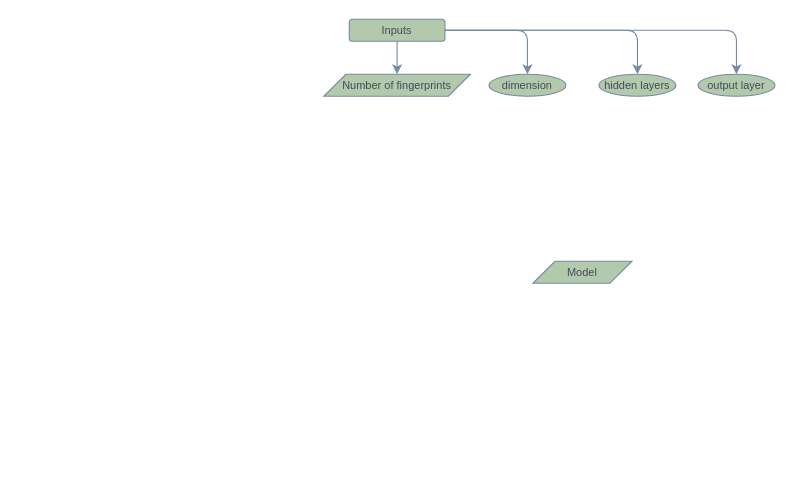
The draw.io diagram page "Molecular GNN" (2 of 2) of Preprocessing.drawio in olivierdeen/molecularGNN_smiles, before the edit. Source tidied: cells renumbered, new cells numbered last; positions are measured from the earlier drawing's top-left corner, leaving out a move shared by most shapes. Both pictures are drawn from the tidied source at 110%, with x=0, y=0 at pixel (323, 19).
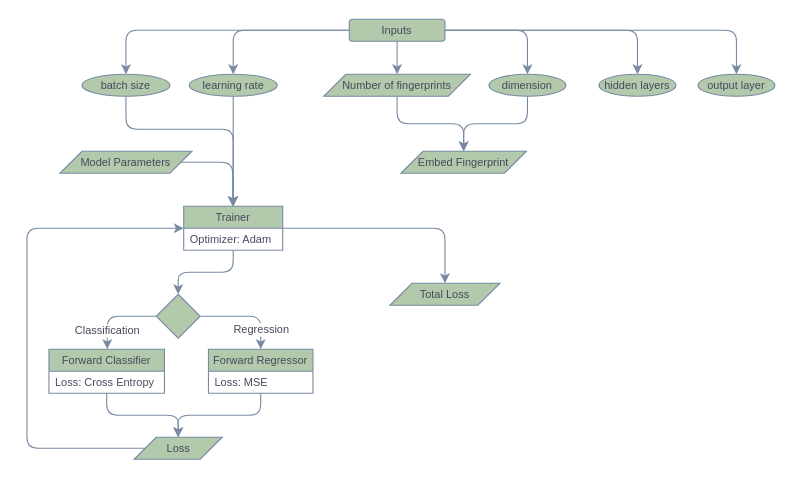
After the change.

The change refers to these unchanged cells:
```xml
<mxCell id="6" value="Inputs" style="rounded=1;whiteSpace=wrap;html=1;sketch=0;fontColor=#46495D;strokeColor=#788AA3;fillColor=#B2C9AB;fontSize=10;" parent="1" vertex="1">
  <mxGeometry x="23" width="87" height="20" as="geometry" />
</mxCell>
<mxCell id="8" value="Number of fingerprints" style="shape=parallelogram;perimeter=parallelogramPerimeter;whiteSpace=wrap;html=1;fixedSize=1;rounded=0;sketch=0;fontSize=10;fontColor=#46495D;strokeColor=#788AA3;fillColor=#B2C9AB;" parent="1" vertex="1">
  <mxGeometry x="-0.1" y="50" width="133.2" height="20" as="geometry" />
</mxCell>
<mxCell id="9" value="dimension" style="ellipse;whiteSpace=wrap;html=1;rounded=1;fontSize=10;fontColor=#46495D;strokeColor=#788AA3;fillColor=#B2C9AB;sketch=0;" parent="1" vertex="1">
  <mxGeometry x="150" y="50" width="70" height="20" as="geometry" />
</mxCell>
```

What changed in the source:
```diff
@@
+    <mxCell id="12" style="edgeStyle=orthogonalEdgeStyle;curved=0;rounded=1;sketch=0;jettySize=auto;html=1;fontSize=10;fontColor=#46495D;strokeColor=#788AA3;fillColor=#B2C9AB;" parent="1" edge="1" source="6" target="31">
+      <mxGeometry relative="1" as="geometry" />
+    </mxCell>
+    <mxCell id="13" style="edgeStyle=orthogonalEdgeStyle;curved=0;rounded=1;sketch=0;jettySize=auto;html=1;entryX=0.5;entryY=0;entryDx=0;entryDy=0;fontSize=10;fontColor=#46495D;strokeColor=#788AA3;fillColor=#B2C9AB;" parent="1" edge="1" source="6" target="37">
+      <mxGeometry relative="1" as="geometry" />
+    </mxCell>
@@
-    <mxCell id="7" value="Model" style="shape=parallelogram;perimeter=parallelogramPerimeter;whiteSpace=wrap;html=1;fixedSize=1;rounded=0;sketch=0;fontSize=10;fontColor=#46495D;strokeColor=#788AA3;fillColor=#B2C9AB;" parent="1" vertex="1">
-      <mxGeometry x="190" y="220" width="90" height="20" as="geometry" />
+    <mxCell id="7" value="Embed Fingerprint" style="shape=parallelogram;perimeter=parallelogramPerimeter;whiteSpace=wrap;html=1;fixedSize=1;rounded=0;sketch=0;fontSize=10;fontColor=#46495D;strokeColor=#788AA3;fillColor=#B2C9AB;" parent="1" vertex="1">
+      <mxGeometry x="70" y="120" width="114" height="20" as="geometry" />
     </mxCell>
+    <mxCell id="14" style="edgeStyle=orthogonalEdgeStyle;curved=0;rounded=1;sketch=0;jettySize=auto;html=1;fontSize=10;fontColor=#46495D;strokeColor=#788AA3;fillColor=#B2C9AB;" parent="1" edge="1" source="8" target="7">
+      <mxGeometry relative="1" as="geometry" />
+    </mxCell>
@@
+    <mxCell id="15" style="edgeStyle=orthogonalEdgeStyle;curved=0;rounded=1;sketch=0;jettySize=auto;html=1;entryX=0.5;entryY=0;entryDx=0;entryDy=0;fontSize=10;fontColor=#46495D;strokeColor=#788AA3;fillColor=#B2C9AB;" parent="1" edge="1" source="9" target="7">
+      <mxGeometry relative="1" as="geometry" />
+    </mxCell>
@@
+    <mxCell id="16" value="Classification" style="edgeStyle=orthogonalEdgeStyle;curved=0;rounded=1;sketch=0;jettySize=auto;html=1;fontSize=10;fontColor=#46495D;strokeColor=#788AA3;fillColor=#B2C9AB;startArrow=none;" parent="1" edge="1" source="32" target="23">
+      <mxGeometry x="0.53" relative="1" as="geometry">
+        <Array as="points">
+          <mxPoint x="-197" y="270" />
+        </Array>
+      </mxGeometry>
+    </mxCell>
+    <mxCell id="17" value="Regression" style="edgeStyle=orthogonalEdgeStyle;curved=0;rounded=1;sketch=0;jettySize=auto;html=1;fontSize=10;fontColor=#46495D;strokeColor=#788AA3;fillColor=#B2C9AB;startArrow=none;" parent="1" edge="1" source="32" target="26">
+      <mxGeometry x="0.58" relative="1" as="geometry" />
+    </mxCell>
+    <mxCell id="18" style="edgeStyle=orthogonalEdgeStyle;curved=0;rounded=1;sketch=0;jettySize=auto;html=1;entryX=0.5;entryY=0;entryDx=0;entryDy=0;fontSize=10;fontColor=#46495D;strokeColor=#788AA3;fillColor=#B2C9AB;" parent="1" edge="1" source="20" target="32">
+      <mxGeometry relative="1" as="geometry" />
+    </mxCell>
+    <mxCell id="19" style="edgeStyle=orthogonalEdgeStyle;curved=0;rounded=1;sketch=0;jettySize=auto;html=1;fontSize=10;fontColor=#46495D;strokeColor=#788AA3;fillColor=#B2C9AB;" parent="1" edge="1" source="20" target="33">
+      <mxGeometry relative="1" as="geometry" />
+    </mxCell>
+    <mxCell id="20" value="Trainer" style="swimlane;fontStyle=0;horizontal=1;startSize=20;rounded=0;sketch=0;fontSize=10;fontColor=#46495D;strokeColor=#788AA3;fillColor=#B2C9AB;" parent="1" vertex="1">
+      <mxGeometry x="-127.5" y="170" width="90" height="40" as="geometry" />
+    </mxCell>
+    <mxCell id="21" value="Optimizer: Adam" style="text;strokeColor=none;fillColor=none;align=left;verticalAlign=middle;spacingLeft=4;spacingRight=4;overflow=hidden;rounded=0;sketch=0;fontSize=10;fontColor=#46495D;" parent="20" vertex="1">
+      <mxGeometry y="20" width="90" height="20" as="geometry" />
+    </mxCell>
+    <mxCell id="22" style="edgeStyle=orthogonalEdgeStyle;curved=0;rounded=1;sketch=0;jettySize=auto;html=1;fontSize=10;fontColor=#46495D;strokeColor=#788AA3;fillColor=#B2C9AB;" parent="1" edge="1" source="23" target="35">
+      <mxGeometry relative="1" as="geometry" />
+    </mxCell>
+    <mxCell id="23" value="Forward Classifier" style="swimlane;fontStyle=0;horizontal=1;startSize=20;rounded=0;sketch=0;fontSize=10;fontColor=#46495D;strokeColor=#788AA3;fillColor=#B2C9AB;" parent="1" vertex="1">
+      <mxGeometry x="-250" y="300" width="105" height="40" as="geometry" />
+    </mxCell>
+    <mxCell id="24" value="Loss: Cross Entropy" style="text;strokeColor=none;fillColor=none;align=left;verticalAlign=middle;spacingLeft=4;spacingRight=4;overflow=hidden;rounded=0;sketch=0;fontSize=10;fontColor=#46495D;" parent="23" vertex="1">
+      <mxGeometry y="20" width="105" height="20" as="geometry" />
+    </mxCell>
+    <mxCell id="25" style="edgeStyle=orthogonalEdgeStyle;curved=0;rounded=1;sketch=0;jettySize=auto;html=1;fontSize=10;fontColor=#46495D;strokeColor=#788AA3;fillColor=#B2C9AB;" parent="1" edge="1" source="26" target="35">
+      <mxGeometry relative="1" as="geometry" />
+    </mxCell>
+    <mxCell id="26" value="Forward Regressor" style="swimlane;fontStyle=0;horizontal=1;startSize=20;rounded=0;sketch=0;fontSize=10;fontColor=#46495D;strokeColor=#788AA3;fillColor=#B2C9AB;" parent="1" vertex="1">
+      <mxGeometry x="-105" y="300" width="95" height="40" as="geometry" />
+    </mxCell>
+    <mxCell id="27" value="Loss: MSE" style="text;strokeColor=none;fillColor=none;align=left;verticalAlign=middle;spacingLeft=4;spacingRight=4;overflow=hidden;rounded=0;sketch=0;fontSize=10;fontColor=#46495D;" parent="26" vertex="1">
+      <mxGeometry y="20" width="95" height="20" as="geometry" />
+    </mxCell>
+    <mxCell id="28" style="edgeStyle=orthogonalEdgeStyle;curved=0;rounded=1;sketch=0;jettySize=auto;html=1;fontSize=10;fontColor=#46495D;strokeColor=#788AA3;fillColor=#B2C9AB;" parent="1" edge="1" source="29">
+      <mxGeometry relative="1" as="geometry">
+        <mxPoint x="-83" y="170" as="targetPoint" />
+        <Array as="points">
+          <mxPoint x="-83" y="130" />
+        </Array>
+      </mxGeometry>
+    </mxCell>
+    <mxCell id="29" value="Model Parameters" style="shape=parallelogram;perimeter=parallelogramPerimeter;whiteSpace=wrap;html=1;fixedSize=1;rounded=0;sketch=0;fontSize=10;fontColor=#46495D;strokeColor=#788AA3;fillColor=#B2C9AB;" parent="1" vertex="1">
+      <mxGeometry x="-240" y="120" width="120" height="20" as="geometry" />
+    </mxCell>
+    <mxCell id="30" style="edgeStyle=orthogonalEdgeStyle;curved=0;rounded=1;sketch=0;jettySize=auto;html=1;entryX=0.5;entryY=0;entryDx=0;entryDy=0;fontSize=10;fontColor=#46495D;strokeColor=#788AA3;fillColor=#B2C9AB;" parent="1" edge="1" source="31" target="20">
+      <mxGeometry relative="1" as="geometry" />
+    </mxCell>
+    <mxCell id="31" value="learning rate" style="ellipse;whiteSpace=wrap;html=1;rounded=1;fontSize=10;fontColor=#46495D;strokeColor=#788AA3;fillColor=#B2C9AB;sketch=0;" parent="1" vertex="1">
+      <mxGeometry x="-122.5" y="50" width="80" height="20" as="geometry" />
+    </mxCell>
+    <mxCell id="32" style="rhombus;whiteSpace=wrap;html=1;rounded=0;fontSize=10;fontColor=#46495D;fontStyle=0;strokeColor=#788AA3;fillColor=#B2C9AB;startSize=30;sketch=0;" parent="1" vertex="1">
+      <mxGeometry x="-152.5" y="250" width="40" height="40" as="geometry" />
+    </mxCell>
+    <mxCell id="33" value="Total Loss" style="shape=parallelogram;perimeter=parallelogramPerimeter;whiteSpace=wrap;html=1;fixedSize=1;rounded=0;sketch=0;fontSize=10;fontColor=#46495D;strokeColor=#788AA3;fillColor=#B2C9AB;" parent="1" vertex="1">
+      <mxGeometry x="60" y="240" width="100" height="20" as="geometry" />
+    </mxCell>
+    <mxCell id="34" style="edgeStyle=orthogonalEdgeStyle;curved=0;rounded=1;sketch=0;jettySize=auto;html=1;entryX=0;entryY=0.5;entryDx=0;entryDy=0;fontSize=10;fontColor=#46495D;strokeColor=#788AA3;fillColor=#B2C9AB;" parent="1" edge="1" source="35" target="20">
+      <mxGeometry relative="1" as="geometry">
+        <Array as="points">
+          <mxPoint x="-270" y="390" />
+          <mxPoint x="-270" y="190" />
+        </Array>
+      </mxGeometry>
+    </mxCell>
+    <mxCell id="35" value="Loss" style="shape=parallelogram;perimeter=parallelogramPerimeter;whiteSpace=wrap;html=1;fixedSize=1;rounded=0;sketch=0;fontSize=10;fontColor=#46495D;strokeColor=#788AA3;fillColor=#B2C9AB;" parent="1" vertex="1">
+      <mxGeometry x="-172.5" y="380" width="80" height="20" as="geometry" />
+    </mxCell>
+    <mxCell id="36" style="edgeStyle=orthogonalEdgeStyle;curved=0;rounded=1;sketch=0;jettySize=auto;html=1;entryX=0.5;entryY=0;entryDx=0;entryDy=0;fontSize=10;fontColor=#46495D;strokeColor=#788AA3;fillColor=#B2C9AB;" parent="1" edge="1" source="37" target="20">
+      <mxGeometry relative="1" as="geometry">
+        <Array as="points">
+          <mxPoint x="-180" y="100" />
+          <mxPoint x="-82" y="100" />
+        </Array>
+      </mxGeometry>
+    </mxCell>
+    <mxCell id="37" value="batch size" style="ellipse;whiteSpace=wrap;html=1;rounded=1;fontSize=10;fontColor=#46495D;strokeColor=#788AA3;fillColor=#B2C9AB;sketch=0;" parent="1" vertex="1">
+      <mxGeometry x="-220" y="50" width="80" height="20" as="geometry" />
+    </mxCell>
```
